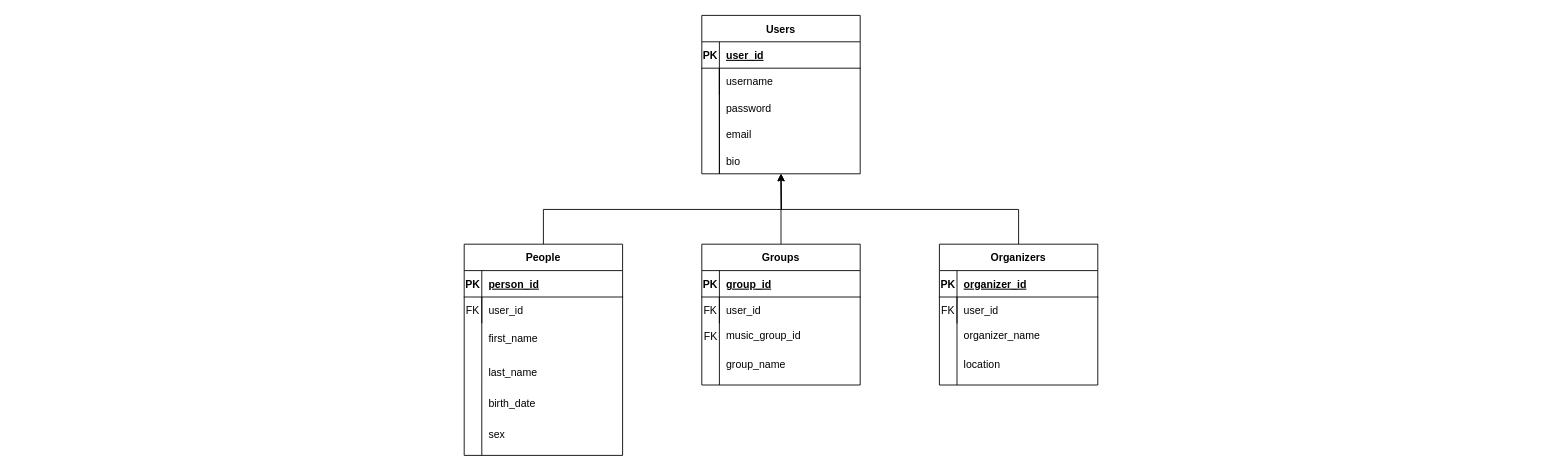
Above: ERdiagram.drawio in ryohkhn/noisebook (draw.io), before the change. Source tidied: cells renumbered, new cells numbered last; positions are measured from the earlier drawing's top-left corner, leaving out a move shared by most shapes. Both pictures are drawn from the tidied source at 88%, with x=0, y=0 at pixel (464, 15).
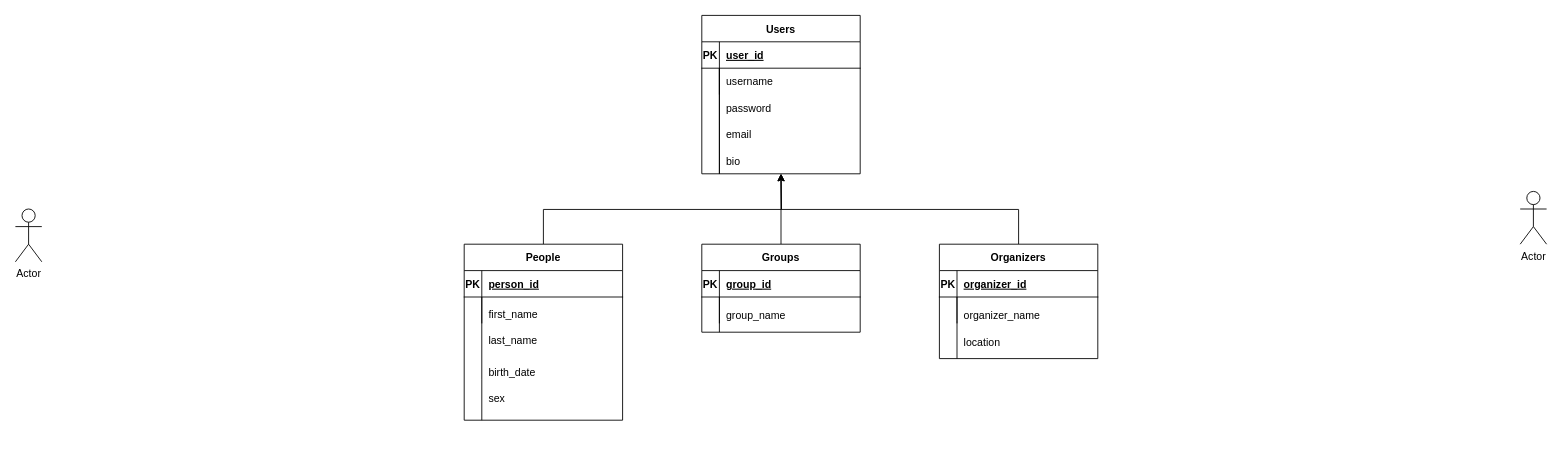
The same diagram, later.

Unchanged cells that the change refers to:
```xml
<mxCell id="18" style="group;" parent="1" vertex="1">
  <mxGeometry y="260" width="180" height="240" as="geometry" />
</mxCell>
<mxCell id="21" style="shape=partialRectangle;fillColor=none;top=0;left=0;right=0;bottom=1;" parent="20" vertex="1">
  <mxGeometry y="30" width="180" height="30" as="geometry" />
</mxCell>
<mxCell id="24" style="shape=partialRectangle;fillColor=none;points=[[0,0.5],[1,0.5]];portConstraint=eastwest;top=0;left=0;right=0;bottom=0;strokeColor=inherit;" parent="20" vertex="1">
  <mxGeometry y="60" width="180" height="30" as="geometry" />
</mxCell>
<mxCell id="32" style="group;" parent="1" vertex="1">
  <mxGeometry x="270" y="260" width="180" height="160" as="geometry" />
</mxCell>
<mxCell id="38" style="shape=partialRectangle;fillColor=none;points=[[0,0.5],[1,0.5]];portConstraint=eastwest;top=0;left=0;right=0;bottom=0;strokeColor=inherit;" parent="34" vertex="1">
  <mxGeometry y="60" width="180" height="30" as="geometry" />
</mxCell>
<mxCell id="50" style="shape=partialRectangle;fillColor=none;points=[[0,0.5],[1,0.5]];portConstraint=eastwest;top=0;left=0;right=0;bottom=0;strokeColor=inherit;" parent="46" vertex="1">
  <mxGeometry y="60" width="180" height="30" as="geometry" />
</mxCell>
```

Diff of the diagram source:
```diff
@@
     <mxCell id="20" value="People" style="shape=table;startSize=30;childLayout=tableLayout;rowLines=0;fontStyle=1;align=center;" parent="18" vertex="1">
-      <mxGeometry width="180" height="240" as="geometry" />
+      <mxGeometry width="180" height="200" as="geometry" />
     </mxCell>
@@
-    <mxCell id="23" value="person_id" style="shape=partialRectangle;overflow=hidden;fillColor=none;top=0;left=0;bottom=0;right=0;align=left;spacingLeft=6;fontStyle=5;" parent="21" vertex="1">
+    <mxCell id="23" value="person_id" style="shape=partialRectangle;overflow=hidden;fillColor=none;top=0;left=0;bottom=0;right=0;align=left;spacingLeft=6;fontStyle=5;strokeWidth=0;" parent="21" vertex="1">
       <mxGeometry x="20" width="160" height="30" as="geometry" />
     </mxCell>
@@
-    <mxCell id="25" value="FK" style="shape=partialRectangle;overflow=hidden;fillColor=none;top=0;left=0;bottom=0;right=0;" parent="24" vertex="1">
+    <mxCell id="25" style="shape=partialRectangle;overflow=hidden;fillColor=none;top=0;left=0;bottom=0;right=0;" parent="24" vertex="1">
       <mxGeometry width="20" height="30" as="geometry" />
     </mxCell>
-    <mxCell id="26" value="user_id" style="shape=partialRectangle;overflow=hidden;fillColor=none;top=0;left=0;bottom=0;right=0;align=left;spacingLeft=6;" parent="24" vertex="1">
+    <mxCell id="26" style="shape=partialRectangle;overflow=hidden;fillColor=none;top=0;left=0;bottom=0;right=0;align=left;spacingLeft=6;" parent="24" vertex="1">
       <mxGeometry x="20" width="160" height="30" as="geometry" />
     </mxCell>
     <mxCell id="27" style="endArrow=none;html=1;rounded=0;entryX=0.111;entryY=0;entryDx=0;entryDy=0;entryPerimeter=0;" parent="18" edge="1" target="24">
       <mxGeometry relative="1" as="geometry">
-        <mxPoint x="20" y="240" as="sourcePoint" />
+        <mxPoint x="20" y="200" as="sourcePoint" />
         <Array as="points">
           <mxPoint x="20" y="153.3" />
         </Array>
       </mxGeometry>
     </mxCell>
     <mxCell id="28" value="first_name" style="shape=partialRectangle;overflow=hidden;fillColor=none;top=0;left=0;bottom=0;right=0;align=left;spacingLeft=6;" parent="18" vertex="1">
-      <mxGeometry x="20" y="87.6" width="149.6" height="38.3" as="geometry" />
+      <mxGeometry x="20" y="60" width="149.6" height="38.3" as="geometry" />
     </mxCell>
     <mxCell id="29" value="last_name" style="shape=partialRectangle;overflow=hidden;fillColor=none;top=0;left=0;bottom=0;right=0;align=left;spacingLeft=6;" parent="18" vertex="1">
-      <mxGeometry x="20" y="126" width="149.6" height="38.3" as="geometry" />
+      <mxGeometry x="20" y="90" width="149.6" height="38.3" as="geometry" />
     </mxCell>
     <mxCell id="30" value="sex" style="shape=partialRectangle;overflow=hidden;fillColor=none;top=0;left=0;bottom=0;right=0;align=left;spacingLeft=6;" parent="18" vertex="1">
-      <mxGeometry x="20" y="197.1" width="149.6" height="38.3" as="geometry" />
+      <mxGeometry x="20" y="150" width="149.6" height="50" as="geometry" />
     </mxCell>
     <mxCell id="31" value="birth_date" style="shape=partialRectangle;overflow=hidden;fillColor=none;top=0;left=0;bottom=0;right=0;align=left;spacingLeft=6;" parent="18" vertex="1">
-      <mxGeometry x="20" y="164.3" width="149.6" height="32.9" as="geometry" />
+      <mxGeometry x="20" y="128.8" width="149.6" height="32.9" as="geometry" />
     </mxCell>
@@
     <mxCell id="34" value="Groups" style="shape=table;startSize=30;childLayout=tableLayout;rowLines=0;fontStyle=1;align=center;" parent="32" vertex="1">
-      <mxGeometry width="180" height="160" as="geometry" />
+      <mxGeometry width="180" height="100" as="geometry" />
     </mxCell>
@@
-    <mxCell id="39" value="FK" style="shape=partialRectangle;overflow=hidden;fillColor=none;top=0;left=0;bottom=0;right=0;" parent="38" vertex="1">
+    <mxCell id="39" style="shape=partialRectangle;overflow=hidden;fillColor=none;top=0;left=0;bottom=0;right=0;" parent="38" vertex="1">
       <mxGeometry width="20" height="30" as="geometry" />
     </mxCell>
-    <mxCell id="40" value="user_id" style="shape=partialRectangle;overflow=hidden;fillColor=none;top=0;left=0;bottom=0;right=0;align=left;spacingLeft=6;" parent="38" vertex="1">
+    <mxCell id="40" style="shape=partialRectangle;overflow=hidden;fillColor=none;top=0;left=0;bottom=0;right=0;align=left;spacingLeft=6;" parent="38" vertex="1">
       <mxGeometry x="20" width="160" height="30" as="geometry" />
     </mxCell>
     <mxCell id="41" style="endArrow=none;html=1;rounded=0;entryX=0.111;entryY=0;entryDx=0;entryDy=0;entryPerimeter=0;" parent="32" edge="1" target="38">
       <mxGeometry relative="1" as="geometry">
-        <mxPoint x="20" y="160" as="sourcePoint" />
-        <Array as="points">
-          <mxPoint x="20" y="106.7" />
-        </Array>
+        <mxPoint x="20" y="100" as="sourcePoint" />
       </mxGeometry>
     </mxCell>
-    <mxCell id="42" value="music_group_id" style="shape=partialRectangle;overflow=hidden;fillColor=none;top=0;left=0;bottom=0;right=0;align=left;spacingLeft=6;" parent="32" vertex="1">
-      <mxGeometry x="20" y="90" width="149.6" height="26.7" as="geometry" />
-    </mxCell>
     <mxCell id="43" value="group_name" style="shape=partialRectangle;overflow=hidden;fillColor=none;top=0;left=0;bottom=0;right=0;align=left;spacingLeft=6;" parent="32" vertex="1">
-      <mxGeometry x="20" y="123" width="149.6" height="26.7" as="geometry" />
+      <mxGeometry x="20" y="66.7" width="160" height="26.7" as="geometry" />
     </mxCell>
     <mxCell id="44" style="group;" parent="1" vertex="1">
-      <mxGeometry x="540" y="260" width="180" height="160" as="geometry" />
+      <mxGeometry x="540" y="260" width="180" height="130" as="geometry" />
     </mxCell>
@@
     <mxCell id="46" value="Organizers" style="shape=table;startSize=30;childLayout=tableLayout;rowLines=0;fontStyle=1;align=center;" parent="44" vertex="1">
-      <mxGeometry width="180" height="160" as="geometry" />
+      <mxGeometry width="180" height="130" as="geometry" />
     </mxCell>
@@
-    <mxCell id="51" value="FK" style="shape=partialRectangle;overflow=hidden;fillColor=none;top=0;left=0;bottom=0;right=0;" parent="50" vertex="1">
+    <mxCell id="51" style="shape=partialRectangle;overflow=hidden;fillColor=none;top=0;left=0;bottom=0;right=0;" parent="50" vertex="1">
       <mxGeometry width="20" height="30" as="geometry" />
     </mxCell>
-    <mxCell id="52" value="user_id" style="shape=partialRectangle;overflow=hidden;fillColor=none;top=0;left=0;bottom=0;right=0;align=left;spacingLeft=6;" parent="50" vertex="1">
+    <mxCell id="52" style="shape=partialRectangle;overflow=hidden;fillColor=none;top=0;left=0;bottom=0;right=0;align=left;spacingLeft=6;" parent="50" vertex="1">
       <mxGeometry x="20" width="160" height="30" as="geometry" />
     </mxCell>
     <mxCell id="53" style="endArrow=none;html=1;rounded=0;entryX=0.111;entryY=0;entryDx=0;entryDy=0;entryPerimeter=0;" parent="44" edge="1" target="50">
       <mxGeometry relative="1" as="geometry">
-        <mxPoint x="20" y="160" as="sourcePoint" />
+        <mxPoint x="20" y="130" as="sourcePoint" />
         <Array as="points">
-          <mxPoint x="20" y="106.7" />
+          <mxPoint x="20" y="86.7" />
         </Array>
       </mxGeometry>
     </mxCell>
     <mxCell id="54" value="organizer_name" style="shape=partialRectangle;overflow=hidden;fillColor=none;top=0;left=0;bottom=0;right=0;align=left;spacingLeft=6;" parent="44" vertex="1">
-      <mxGeometry x="20" y="90" width="149.6" height="26.7" as="geometry" />
+      <mxGeometry x="20" y="70" width="149.6" height="21.7" as="geometry" />
     </mxCell>
     <mxCell id="55" value="location" style="shape=partialRectangle;overflow=hidden;fillColor=none;top=0;left=0;bottom=0;right=0;align=left;spacingLeft=6;" parent="44" vertex="1">
-      <mxGeometry x="20" y="123" width="149.6" height="26.7" as="geometry" />
+      <mxGeometry x="20" y="100" width="149.6" height="21.7" as="geometry" />
     </mxCell>
-    <mxCell id="56" value="FK" style="text;html=1;align=center;verticalAlign=middle;strokeColor=none;fillColor=none;" parent="1" vertex="1">
-      <mxGeometry x="260" y="350" width="40" height="30" as="geometry" />
-    </mxCell>
+    <mxCell id="57" value="Actor" style="shape=umlActor;verticalLabelPosition=bottom;verticalAlign=top;html=1;" parent="1" vertex="1">
+      <mxGeometry x="-510" y="220" width="30" height="60" as="geometry" />
+    </mxCell>
+    <mxCell id="58" value="Actor" style="shape=umlActor;verticalLabelPosition=bottom;verticalAlign=top;html=1;" parent="1" vertex="1">
+      <mxGeometry x="1200" y="200" width="30" height="60" as="geometry" />
+    </mxCell>
```
